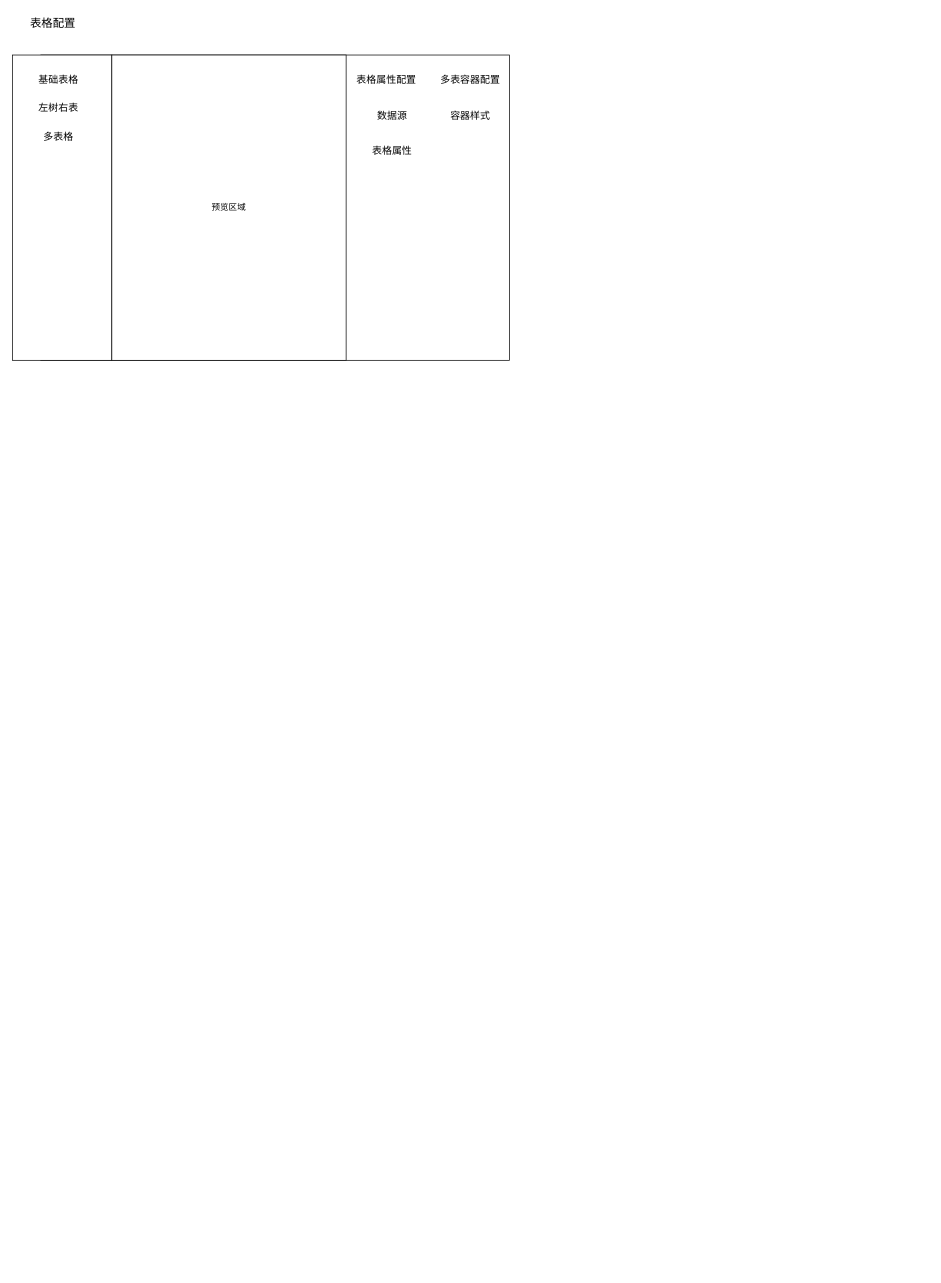
bin-9527/pms-prd keeps this draw.io diagram as drawio/表格配置.drawio. Above is the earlier version. Source tidied: cells renumbered, new cells numbered last; positions are measured from the earlier drawing's top-left corner, leaving out a move shared by most shapes. Both pictures are drawn from the tidied source at 71%, with x=0, y=0 at pixel (12, 12).
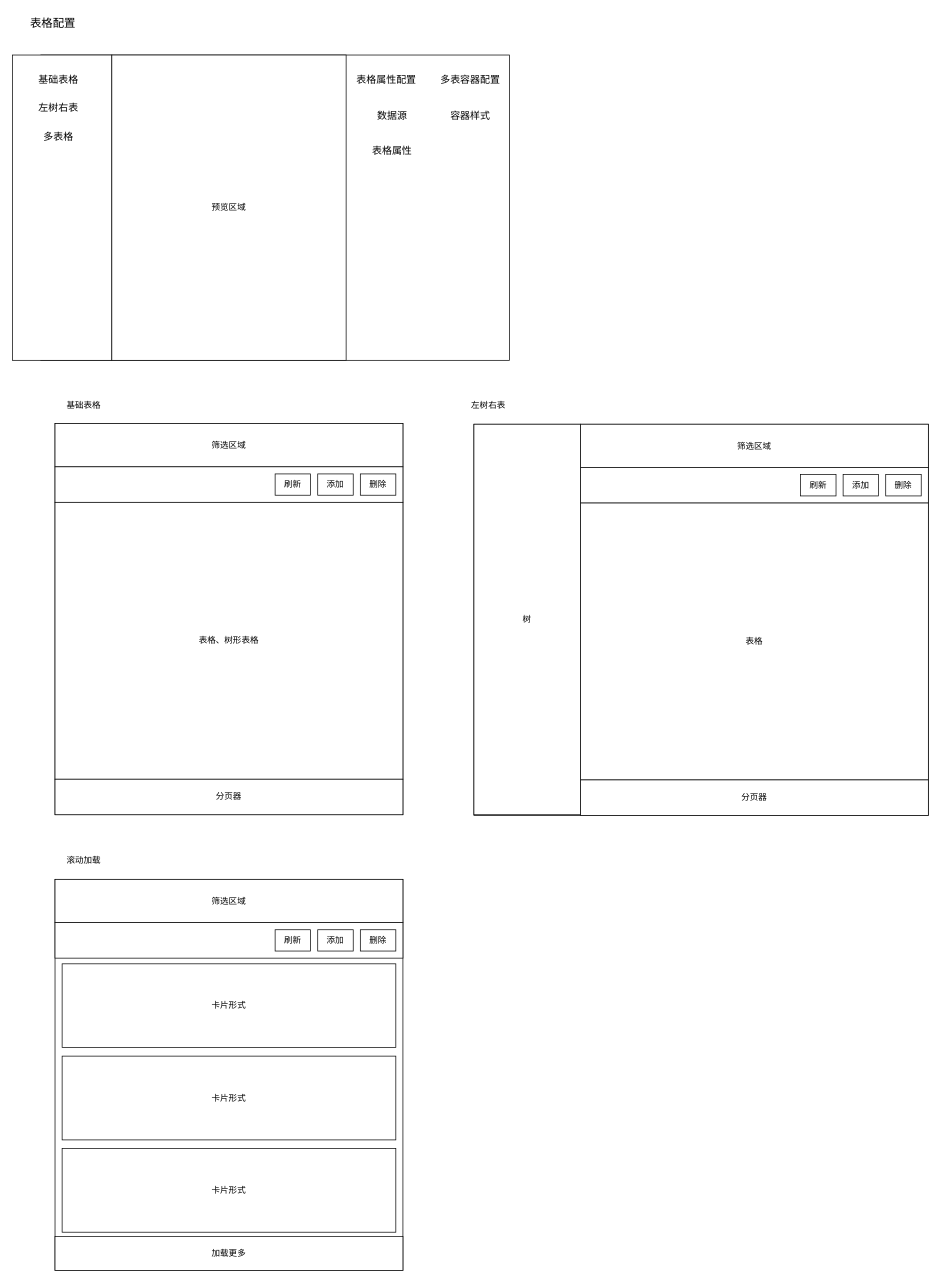
The same page after the edit.

Commit message:
更新表格配置.drawio

Diff of the diagram source:
```diff
@@
+    <mxCell id="14" style="whiteSpace=wrap;html=1;" parent="1" vertex="1">
+      <mxGeometry x="60" y="579" width="490" height="551" as="geometry" />
+    </mxCell>
+    <mxCell id="15" value="筛选区域" style="whiteSpace=wrap;html=1;" parent="1" vertex="1">
+      <mxGeometry x="60" y="579" width="490" height="61" as="geometry" />
+    </mxCell>
+    <mxCell id="16" style="whiteSpace=wrap;html=1;" parent="1" vertex="1">
+      <mxGeometry x="60" y="640" width="490" height="50" as="geometry" />
+    </mxCell>
+    <mxCell id="17" value="添加" style="whiteSpace=wrap;html=1;" parent="1" vertex="1">
+      <mxGeometry x="430" y="650" width="50" height="30" as="geometry" />
+    </mxCell>
+    <mxCell id="18" value="删除" style="whiteSpace=wrap;html=1;" parent="1" vertex="1">
+      <mxGeometry x="490" y="650" width="50" height="30" as="geometry" />
+    </mxCell>
+    <mxCell id="19" value="刷新" style="whiteSpace=wrap;html=1;" parent="1" vertex="1">
+      <mxGeometry x="370" y="650" width="50" height="30" as="geometry" />
+    </mxCell>
+    <mxCell id="20" value="表格、树形表格" style="whiteSpace=wrap;html=1;" parent="1" vertex="1">
+      <mxGeometry x="60" y="690" width="490" height="390" as="geometry" />
+    </mxCell>
+    <mxCell id="21" value="分页器" style="whiteSpace=wrap;html=1;" parent="1" vertex="1">
+      <mxGeometry x="60" y="1080" width="490" height="50" as="geometry" />
+    </mxCell>
+    <mxCell id="22" value="基础表格" style="text;html=1;align=center;verticalAlign=middle;strokeColor=none;fillColor=none;" parent="1" vertex="1">
+      <mxGeometry x="65" y="538" width="70" height="30" as="geometry" />
+    </mxCell>
+    <mxCell id="23" style="whiteSpace=wrap;html=1;" parent="1" vertex="1">
+      <mxGeometry x="650" y="580" width="640" height="551" as="geometry" />
+    </mxCell>
+    <mxCell id="24" value="筛选区域" style="whiteSpace=wrap;html=1;" parent="1" vertex="1">
+      <mxGeometry x="800" y="580" width="490" height="61" as="geometry" />
+    </mxCell>
+    <mxCell id="25" style="whiteSpace=wrap;html=1;" parent="1" vertex="1">
+      <mxGeometry x="800" y="641" width="490" height="50" as="geometry" />
+    </mxCell>
+    <mxCell id="26" value="添加" style="whiteSpace=wrap;html=1;" parent="1" vertex="1">
+      <mxGeometry x="1170" y="651" width="50" height="30" as="geometry" />
+    </mxCell>
+    <mxCell id="27" value="删除" style="whiteSpace=wrap;html=1;" parent="1" vertex="1">
+      <mxGeometry x="1230" y="651" width="50" height="30" as="geometry" />
+    </mxCell>
+    <mxCell id="28" value="刷新" style="whiteSpace=wrap;html=1;" parent="1" vertex="1">
+      <mxGeometry x="1110" y="651" width="50" height="30" as="geometry" />
+    </mxCell>
+    <mxCell id="29" value="表格" style="whiteSpace=wrap;html=1;" parent="1" vertex="1">
+      <mxGeometry x="800" y="691" width="490" height="390" as="geometry" />
+    </mxCell>
+    <mxCell id="30" value="分页器" style="whiteSpace=wrap;html=1;" parent="1" vertex="1">
+      <mxGeometry x="800" y="1081" width="490" height="50" as="geometry" />
+    </mxCell>
+    <mxCell id="31" value="树" style="whiteSpace=wrap;html=1;" parent="1" vertex="1">
+      <mxGeometry x="650" y="580" width="150" height="550" as="geometry" />
+    </mxCell>
+    <mxCell id="32" value="左树右表" style="text;html=1;align=center;verticalAlign=middle;strokeColor=none;fillColor=none;" parent="1" vertex="1">
+      <mxGeometry x="635" y="538" width="70" height="30" as="geometry" />
+    </mxCell>
+    <mxCell id="33" style="whiteSpace=wrap;html=1;" parent="1" vertex="1">
+      <mxGeometry x="60" y="1221" width="490" height="551" as="geometry" />
+    </mxCell>
+    <mxCell id="34" value="筛选区域" style="whiteSpace=wrap;html=1;" parent="1" vertex="1">
+      <mxGeometry x="60" y="1221" width="490" height="61" as="geometry" />
+    </mxCell>
+    <mxCell id="35" style="whiteSpace=wrap;html=1;" parent="1" vertex="1">
+      <mxGeometry x="60" y="1282" width="490" height="50" as="geometry" />
+    </mxCell>
+    <mxCell id="36" value="添加" style="whiteSpace=wrap;html=1;" parent="1" vertex="1">
+      <mxGeometry x="430" y="1292" width="50" height="30" as="geometry" />
+    </mxCell>
+    <mxCell id="37" value="删除" style="whiteSpace=wrap;html=1;" parent="1" vertex="1">
+      <mxGeometry x="490" y="1292" width="50" height="30" as="geometry" />
+    </mxCell>
+    <mxCell id="38" value="刷新" style="whiteSpace=wrap;html=1;" parent="1" vertex="1">
+      <mxGeometry x="370" y="1292" width="50" height="30" as="geometry" />
+    </mxCell>
+    <mxCell id="39" value="卡片形式" style="whiteSpace=wrap;html=1;" parent="1" vertex="1">
+      <mxGeometry x="70" y="1340" width="470" height="118" as="geometry" />
+    </mxCell>
+    <mxCell id="40" value="滚动加载" style="text;html=1;align=center;verticalAlign=middle;strokeColor=none;fillColor=none;" parent="1" vertex="1">
+      <mxGeometry x="65" y="1180" width="70" height="30" as="geometry" />
+    </mxCell>
+    <mxCell id="41" value="加载更多" style="whiteSpace=wrap;html=1;" parent="1" vertex="1">
+      <mxGeometry x="60" y="1724" width="490" height="48" as="geometry" />
+    </mxCell>
+    <mxCell id="42" value="卡片形式" style="whiteSpace=wrap;html=1;" parent="1" vertex="1">
+      <mxGeometry x="70" y="1470" width="470" height="118" as="geometry" />
+    </mxCell>
+    <mxCell id="43" value="卡片形式" style="whiteSpace=wrap;html=1;" parent="1" vertex="1">
+      <mxGeometry x="70" y="1600" width="470" height="118" as="geometry" />
+    </mxCell>
```
